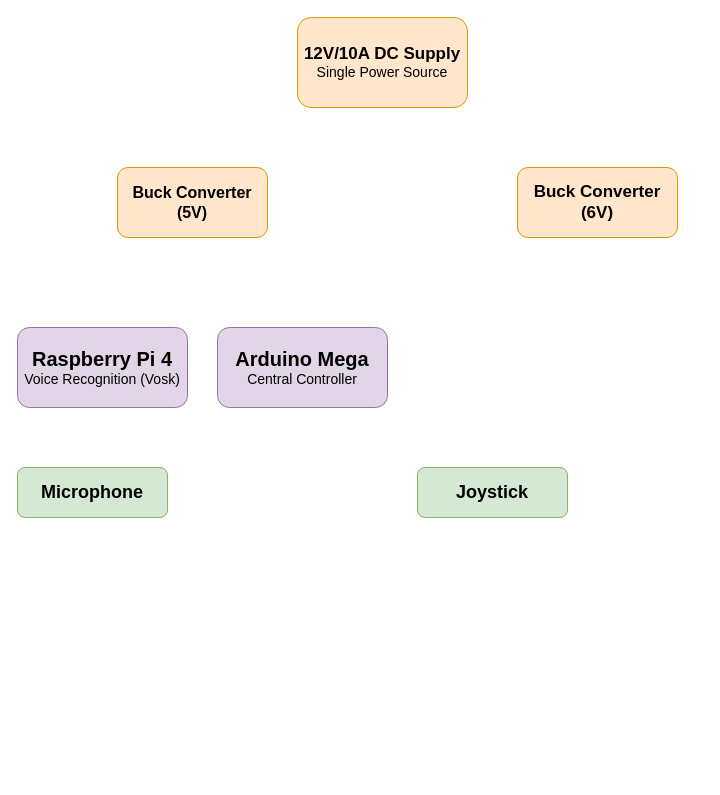
Above: design/Block_Diagram.drawio in IsaacHevi/Assistive-Robotics-Arm (draw.io), before the change. Source tidied: cells renumbered, new cells numbered last; positions are measured from the earlier drawing's top-left corner, leaving out a move shared by most shapes. Both pictures are drawn from the tidied source at 100%, with x=0, y=0 at pixel (17, 17).
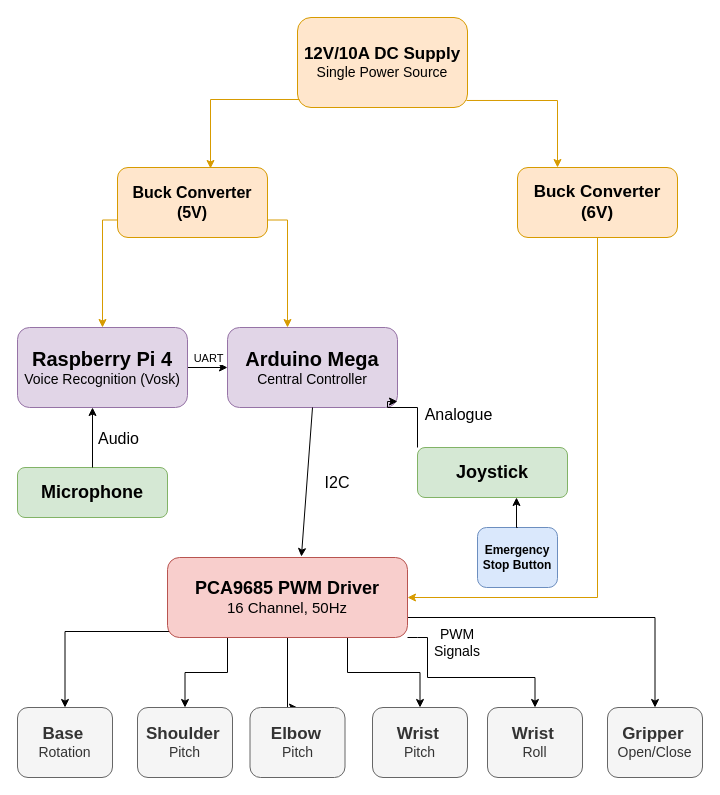
The same page after the edit.

Unchanged cells that the change refers to:
```xml
<mxCell id="2" value="&lt;b&gt;&lt;font style=&quot;font-size: 17px;&quot;&gt;12V/10A DC Supply&lt;/font&gt;&lt;/b&gt;&lt;div&gt;&lt;font style=&quot;font-size: 14px;&quot;&gt;Single Power Source&lt;/font&gt;&lt;/div&gt;" style="rounded=1;whiteSpace=wrap;html=1;fillColor=#ffe6cc;strokeColor=#d79b00;" parent="1" vertex="1">
  <mxGeometry x="280" width="170" height="90" as="geometry" />
</mxCell>
<mxCell id="3" value="&lt;b&gt;&lt;font style=&quot;font-size: 16px;&quot;&gt;Buck Converter (5V)&lt;/font&gt;&lt;/b&gt;" style="rounded=1;whiteSpace=wrap;html=1;fillColor=#ffe6cc;strokeColor=#d79b00;" parent="1" vertex="1">
  <mxGeometry x="100" y="150" width="150" height="70" as="geometry" />
</mxCell>
<mxCell id="4" value="&lt;b&gt;&lt;font style=&quot;font-size: 17px;&quot;&gt;Buck Converter (6V)&lt;/font&gt;&lt;/b&gt;" style="rounded=1;whiteSpace=wrap;html=1;fillColor=#ffe6cc;strokeColor=#d79b00;" parent="1" vertex="1">
  <mxGeometry x="500" y="150" width="160" height="70" as="geometry" />
</mxCell>
<mxCell id="5" value="&lt;b&gt;&lt;font style=&quot;font-size: 20px;&quot;&gt;Raspberry Pi 4&lt;/font&gt;&lt;/b&gt;&lt;div&gt;&lt;font style=&quot;font-size: 14px;&quot;&gt;Voice Recognition (Vosk)&lt;/font&gt;&lt;/div&gt;" style="rounded=1;whiteSpace=wrap;html=1;fillColor=#e1d5e7;strokeColor=#9673a6;" parent="1" vertex="1">
  <mxGeometry y="310" width="170" height="80" as="geometry" />
</mxCell>
<mxCell id="7" value="&lt;b&gt;&lt;font style=&quot;font-size: 18px;&quot;&gt;Microphone&lt;/font&gt;&lt;/b&gt;" style="rounded=1;whiteSpace=wrap;html=1;fillColor=#d5e8d4;strokeColor=#82b366;" parent="1" vertex="1">
  <mxGeometry y="450" width="150" height="50" as="geometry" />
</mxCell>
```

What changed in the source:
```diff
@@
+    <mxCell id="9" style="edgeStyle=orthogonalEdgeStyle;rounded=0;jettySize=auto;html=1;exitX=0.994;exitY=0.922;exitDx=0;exitDy=0;entryX=0.25;entryY=0;entryDx=0;entryDy=0;exitPerimeter=0;fillColor=#ffe6cc;strokeColor=#d79b00;" parent="1" edge="1" source="2" target="4">
+      <mxGeometry relative="1" as="geometry" />
+    </mxCell>
@@
+    <mxCell id="10" style="edgeStyle=orthogonalEdgeStyle;rounded=0;jettySize=auto;html=1;exitX=0;exitY=0.75;exitDx=0;exitDy=0;entryX=0.5;entryY=0;entryDx=0;entryDy=0;fillColor=#ffe6cc;strokeColor=#d79b00;" parent="1" edge="1" source="3" target="5">
+      <mxGeometry relative="1" as="geometry">
+        <Array as="points">
+          <mxPoint x="85" y="203" />
+        </Array>
+      </mxGeometry>
+    </mxCell>
@@
+    <mxCell id="11" style="edgeStyle=orthogonalEdgeStyle;rounded=0;jettySize=auto;html=1;exitX=0.5;exitY=1;exitDx=0;exitDy=0;entryX=1;entryY=0.5;entryDx=0;entryDy=0;fillColor=#ffe6cc;strokeColor=#d79b00;" parent="1" edge="1" source="4" target="22">
+      <mxGeometry relative="1" as="geometry" />
+    </mxCell>
@@
+    <mxCell id="12" style="edgeStyle=orthogonalEdgeStyle;rounded=0;jettySize=auto;html=1;exitX=1;exitY=0.5;exitDx=0;exitDy=0;entryX=0;entryY=0.5;entryDx=0;entryDy=0;" parent="1" edge="1" source="5" target="6">
+      <mxGeometry relative="1" as="geometry" />
+    </mxCell>
+    <mxCell id="13" value="UART" style="edgeLabel;html=1;align=center;verticalAlign=middle;" parent="12" vertex="1">
+      <mxGeometry x="-0.2" y="1" relative="1" as="geometry">
+        <mxPoint x="4" y="-9" as="offset" />
+      </mxGeometry>
+    </mxCell>
@@
     <mxCell id="6" value="&lt;span style=&quot;font-size: 20px;&quot;&gt;&lt;b&gt;Arduino Mega&lt;/b&gt;&lt;/span&gt;&lt;br&gt;&lt;div&gt;&lt;span style=&quot;font-size: 14px;&quot;&gt;Central Controller&lt;/span&gt;&lt;/div&gt;" style="rounded=1;whiteSpace=wrap;html=1;fillColor=#e1d5e7;strokeColor=#9673a6;" parent="1" vertex="1">
-      <mxGeometry x="200" y="310" width="170" height="80" as="geometry" />
+      <mxGeometry x="210" y="310" width="170" height="80" as="geometry" />
     </mxCell>
@@
+    <mxCell id="14" style="edgeStyle=orthogonalEdgeStyle;rounded=0;jettySize=auto;html=1;exitX=0;exitY=0;exitDx=0;exitDy=0;entryX=1;entryY=0.925;entryDx=0;entryDy=0;entryPerimeter=0;" parent="1" edge="1" source="8" target="6">
+      <mxGeometry relative="1" as="geometry">
+        <Array as="points">
+          <mxPoint x="400" y="390" />
+          <mxPoint x="370" y="390" />
+        </Array>
+      </mxGeometry>
+    </mxCell>
+    <mxCell id="15" value="Analogue" style="edgeLabel;html=1;align=center;verticalAlign=middle;fontSize=16;" parent="14" vertex="1">
+      <mxGeometry x="-0.21" y="-1" relative="1" as="geometry">
+        <mxPoint x="39" as="offset" />
+      </mxGeometry>
+    </mxCell>
     <mxCell id="8" value="&lt;b&gt;&lt;font style=&quot;font-size: 18px;&quot;&gt;Joystick&lt;/font&gt;&lt;/b&gt;" style="rounded=1;whiteSpace=wrap;html=1;fillColor=#d5e8d4;strokeColor=#82b366;" parent="1" vertex="1">
-      <mxGeometry x="400" y="450" width="150" height="50" as="geometry" />
+      <mxGeometry x="400" y="430" width="150" height="50" as="geometry" />
     </mxCell>
+    <mxCell id="16" style="edgeStyle=orthogonalEdgeStyle;rounded=0;jettySize=auto;html=1;entryX=0.5;entryY=0;entryDx=0;entryDy=0;exitX=0.025;exitY=0.925;exitDx=0;exitDy=0;exitPerimeter=0;" parent="1" edge="1" source="22" target="23">
+      <mxGeometry relative="1" as="geometry" />
+    </mxCell>
+    <mxCell id="17" style="edgeStyle=orthogonalEdgeStyle;rounded=0;jettySize=auto;html=1;exitX=0.25;exitY=1;exitDx=0;exitDy=0;entryX=0.5;entryY=0;entryDx=0;entryDy=0;" parent="1" edge="1" source="22" target="24">
+      <mxGeometry relative="1" as="geometry" />
+    </mxCell>
+    <mxCell id="18" style="edgeStyle=orthogonalEdgeStyle;rounded=0;jettySize=auto;html=1;exitX=0.5;exitY=1;exitDx=0;exitDy=0;entryX=0.5;entryY=0;entryDx=0;entryDy=0;" parent="1" edge="1" source="22" target="25">
+      <mxGeometry relative="1" as="geometry">
+        <Array as="points">
+          <mxPoint x="280" y="690" />
+        </Array>
+      </mxGeometry>
+    </mxCell>
+    <mxCell id="19" style="edgeStyle=orthogonalEdgeStyle;rounded=0;jettySize=auto;html=1;exitX=0.75;exitY=1;exitDx=0;exitDy=0;entryX=0.5;entryY=0;entryDx=0;entryDy=0;" parent="1" edge="1" source="22" target="26">
+      <mxGeometry relative="1" as="geometry" />
+    </mxCell>
+    <mxCell id="20" style="edgeStyle=orthogonalEdgeStyle;rounded=0;jettySize=auto;html=1;exitX=1;exitY=1;exitDx=0;exitDy=0;entryX=0.5;entryY=0;entryDx=0;entryDy=0;" parent="1" edge="1" source="22" target="27">
+      <mxGeometry relative="1" as="geometry">
+        <Array as="points">
+          <mxPoint x="400" y="620" />
+          <mxPoint x="410" y="620" />
+          <mxPoint x="410" y="660" />
+          <mxPoint x="518" y="660" />
+        </Array>
+      </mxGeometry>
+    </mxCell>
+    <mxCell id="21" style="edgeStyle=orthogonalEdgeStyle;rounded=0;jettySize=auto;html=1;exitX=1;exitY=0.75;exitDx=0;exitDy=0;entryX=0.5;entryY=0;entryDx=0;entryDy=0;" parent="1" edge="1" source="22" target="28">
+      <mxGeometry relative="1" as="geometry" />
+    </mxCell>
+    <mxCell id="22" value="&lt;b&gt;&lt;font style=&quot;font-size: 18px;&quot;&gt;PCA9685 PWM Driver&lt;/font&gt;&lt;/b&gt;&lt;div&gt;&lt;font style=&quot;font-size: 15px;&quot;&gt;16 Channel, 50Hz&lt;/font&gt;&lt;/div&gt;" style="rounded=1;whiteSpace=wrap;html=1;fillColor=#f8cecc;strokeColor=#b85450;" parent="1" vertex="1">
+      <mxGeometry x="150" y="540" width="240" height="80" as="geometry" />
+    </mxCell>
+    <mxCell id="23" value="&lt;b&gt;&lt;font style=&quot;font-size: 17px;&quot;&gt;Base&lt;/font&gt;&lt;/b&gt;&amp;nbsp;&lt;div&gt;&lt;font style=&quot;font-size: 14px;&quot;&gt;Rotation&lt;/font&gt;&lt;/div&gt;" style="rounded=1;whiteSpace=wrap;html=1;fillColor=#f5f5f5;fontColor=#333333;strokeColor=#666666;" parent="1" vertex="1">
+      <mxGeometry y="690" width="95" height="70" as="geometry" />
+    </mxCell>
+    <mxCell id="24" value="&lt;span style=&quot;font-size: 17px;&quot;&gt;&lt;b&gt;Shoulder&lt;/b&gt;&lt;/span&gt;&amp;nbsp;&lt;div&gt;&lt;font style=&quot;font-size: 14px;&quot;&gt;Pitch&lt;/font&gt;&lt;/div&gt;" style="rounded=1;whiteSpace=wrap;html=1;fillColor=#f5f5f5;fontColor=#333333;strokeColor=#666666;" parent="1" vertex="1">
+      <mxGeometry x="120" y="690" width="95" height="70" as="geometry" />
+    </mxCell>
+    <mxCell id="25" value="&lt;b&gt;&lt;font style=&quot;font-size: 17px;&quot;&gt;Elbow&lt;/font&gt;&lt;/b&gt;&amp;nbsp;&lt;div&gt;&lt;font style=&quot;font-size: 14px;&quot;&gt;Pitch&lt;/font&gt;&lt;/div&gt;" style="rounded=1;whiteSpace=wrap;html=1;fillColor=#f5f5f5;fontColor=#333333;strokeColor=#666666;" parent="1" vertex="1">
+      <mxGeometry x="232.5" y="690" width="95" height="70" as="geometry" />
+    </mxCell>
+    <mxCell id="26" value="&lt;b&gt;&lt;font style=&quot;font-size: 17px;&quot;&gt;Wrist&lt;/font&gt;&lt;/b&gt;&amp;nbsp;&lt;div&gt;&lt;span style=&quot;font-size: 14px;&quot;&gt;Pitch&lt;/span&gt;&lt;/div&gt;" style="rounded=1;whiteSpace=wrap;html=1;fillColor=#f5f5f5;fontColor=#333333;strokeColor=#666666;" parent="1" vertex="1">
+      <mxGeometry x="355" y="690" width="95" height="70" as="geometry" />
+    </mxCell>
+    <mxCell id="27" value="&lt;b&gt;&lt;font style=&quot;font-size: 17px;&quot;&gt;Wrist&lt;/font&gt;&lt;/b&gt;&amp;nbsp;&lt;div&gt;&lt;font style=&quot;font-size: 14px;&quot;&gt;Roll&lt;/font&gt;&lt;/div&gt;" style="rounded=1;whiteSpace=wrap;html=1;fillColor=#f5f5f5;fontColor=#333333;strokeColor=#666666;" parent="1" vertex="1">
+      <mxGeometry x="470" y="690" width="95" height="70" as="geometry" />
+    </mxCell>
+    <mxCell id="28" value="&lt;b&gt;&lt;font style=&quot;font-size: 17px;&quot;&gt;Gripper&lt;/font&gt;&lt;/b&gt;&amp;nbsp;&lt;div&gt;&lt;font style=&quot;font-size: 14px;&quot;&gt;Open/Close&lt;/font&gt;&lt;/div&gt;" style="rounded=1;whiteSpace=wrap;html=1;fillColor=#f5f5f5;fontColor=#333333;strokeColor=#666666;" parent="1" vertex="1">
+      <mxGeometry x="590" y="690" width="95" height="70" as="geometry" />
+    </mxCell>
+    <mxCell id="29" style="edgeStyle=orthogonalEdgeStyle;rounded=0;jettySize=auto;html=1;exitX=0.012;exitY=0.911;exitDx=0;exitDy=0;entryX=0.62;entryY=0.014;entryDx=0;entryDy=0;entryPerimeter=0;exitPerimeter=0;fillColor=#ffe6cc;strokeColor=#d79b00;" parent="1" edge="1" source="2" target="3">
+      <mxGeometry relative="1" as="geometry" />
+    </mxCell>
+    <mxCell id="30" style="edgeStyle=orthogonalEdgeStyle;rounded=0;jettySize=auto;html=1;exitX=1;exitY=0.75;exitDx=0;exitDy=0;fillColor=#ffe6cc;strokeColor=#d79b00;" parent="1" edge="1" source="3">
+      <mxGeometry relative="1" as="geometry">
+        <mxPoint x="270" y="310" as="targetPoint" />
+        <Array as="points">
+          <mxPoint x="270" y="203" />
+        </Array>
+      </mxGeometry>
+    </mxCell>
+    <mxCell id="31" style="edgeStyle=orthogonalEdgeStyle;rounded=0;jettySize=auto;html=1;exitX=0.5;exitY=0;exitDx=0;exitDy=0;" parent="1" edge="1" source="7" target="5">
+      <mxGeometry relative="1" as="geometry">
+        <Array as="points">
+          <mxPoint x="75" y="390" />
+          <mxPoint x="75" y="390" />
+        </Array>
+      </mxGeometry>
+    </mxCell>
+    <mxCell id="32" value="Audio" style="edgeLabel;html=1;align=center;verticalAlign=middle;fontSize=16;" parent="31" vertex="1">
+      <mxGeometry x="0.27" relative="1" as="geometry">
+        <mxPoint x="25" y="8" as="offset" />
+      </mxGeometry>
+    </mxCell>
+    <mxCell id="33" style="rounded=0;jettySize=auto;html=1;exitX=0.5;exitY=1;exitDx=0;exitDy=0;entryX=0.558;entryY=-0.012;entryDx=0;entryDy=0;entryPerimeter=0;" parent="1" edge="1" source="6" target="22">
+      <mxGeometry relative="1" as="geometry" />
+    </mxCell>
+    <mxCell id="34" value="I2C" style="text;html=1;whiteSpace=wrap;strokeColor=none;fillColor=none;align=center;verticalAlign=middle;rounded=0;fontSize=16;" parent="1" vertex="1">
+      <mxGeometry x="290" y="450" width="60" height="30" as="geometry" />
+    </mxCell>
+    <mxCell id="35" value="&lt;font style=&quot;font-size: 14px;&quot;&gt;PWM Signals&lt;/font&gt;" style="text;html=1;whiteSpace=wrap;strokeColor=none;fillColor=none;align=center;verticalAlign=middle;rounded=0;" parent="1" vertex="1">
+      <mxGeometry x="410" y="610" width="60" height="30" as="geometry" />
+    </mxCell>
+    <mxCell id="36" value="&lt;b&gt;Emergency Stop Button&lt;/b&gt;" style="rounded=1;whiteSpace=wrap;html=1;fillColor=#dae8fc;strokeColor=#6c8ebf;" parent="1" vertex="1">
+      <mxGeometry x="460" y="510" width="80" height="60" as="geometry" />
+    </mxCell>
+    <mxCell id="37" style="edgeStyle=orthogonalEdgeStyle;rounded=0;jettySize=auto;html=1;exitX=0.5;exitY=0;exitDx=0;exitDy=0;entryX=0.66;entryY=1;entryDx=0;entryDy=0;entryPerimeter=0;" parent="1" edge="1" source="36" target="8">
+      <mxGeometry relative="1" as="geometry" />
+    </mxCell>
```
